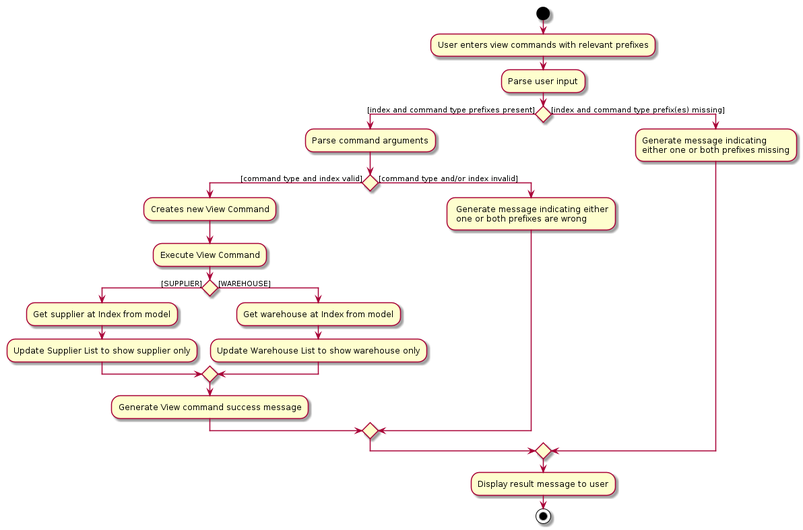
Earlier version of the PlantUML export docs/images/ViewCommandActivity.png (tohyuting/tp). Source of this version:
```plantuml
@startuml
start
:User enters view commands with relevant prefixes;
:Parse user input;


if () then ([index and command type prefixes present])
    :Parse command arguments;
    if () then ([command type and index valid])
        :Creates new View Command;
        :Execute View Command;
        if () then ([SUPPLIER])
            :Get supplier at Index from model;
            :Update Supplier List to show supplier only;
        else ([WAREHOUSE])
            :Get warehouse at Index from model;
            :Update Warehouse List to show warehouse only;
        endif
        :Generate View command success message;

    else ([command type and/or index invalid])
        : Generate message indicating either
         one or both prefixes are wrong;
    endif

else ([index and command type prefix(es) missing])
    :Generate message indicating
    either one or both prefixes missing;
endif
:Display result message to user;
stop
@enduml
```
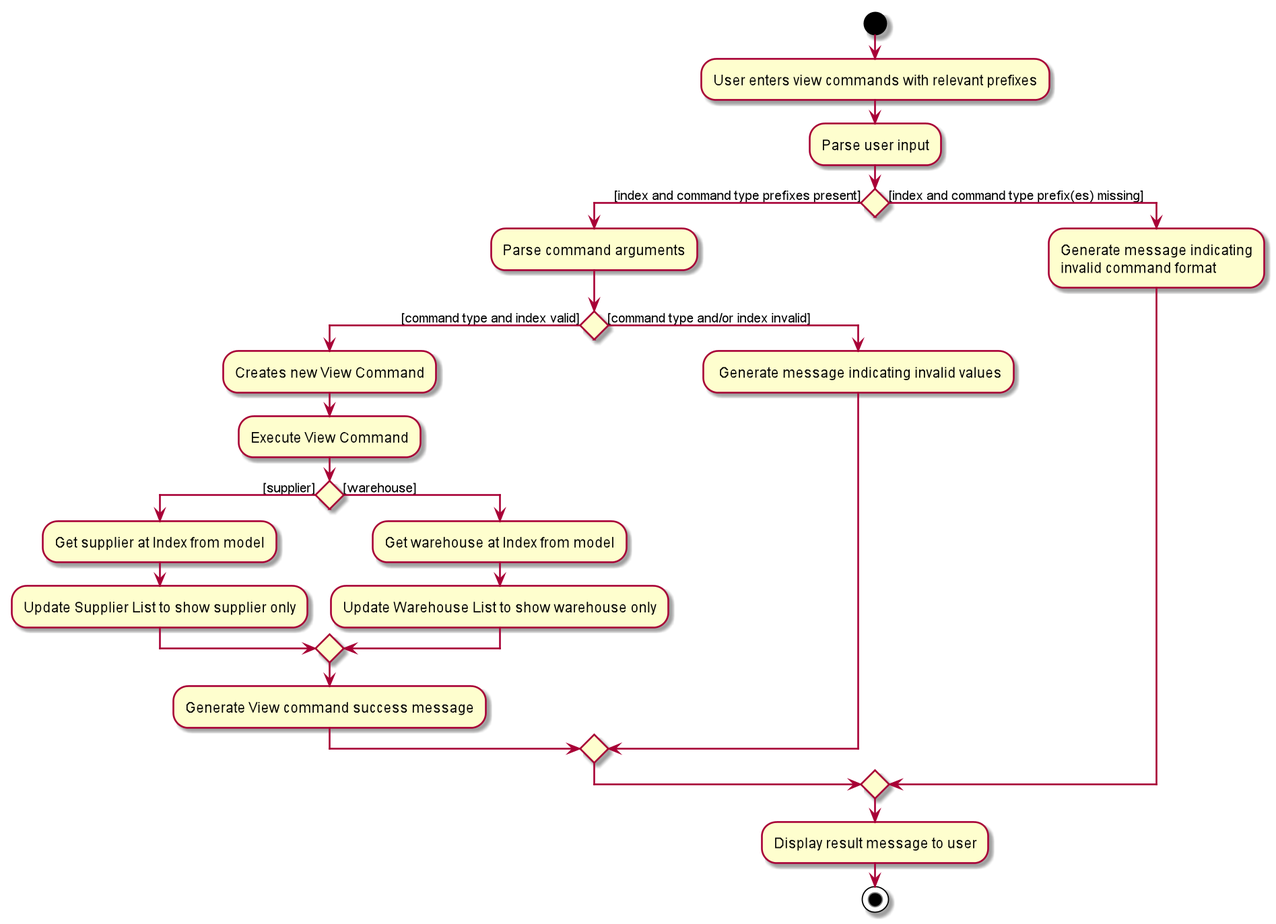
After the change.

Diff of the diagram source:
```diff
@@ -9,23 +9,22 @@
     if () then ([command type and index valid])
         :Creates new View Command;
         :Execute View Command;
-        if () then ([SUPPLIER])
+        if () then ([supplier])
             :Get supplier at Index from model;
             :Update Supplier List to show supplier only;
-        else ([WAREHOUSE])
+        else ([warehouse])
             :Get warehouse at Index from model;
             :Update Warehouse List to show warehouse only;
         endif
         :Generate View command success message;
 
     else ([command type and/or index invalid])
-        : Generate message indicating either
-         one or both prefixes are wrong;
+        : Generate message indicating invalid values;
     endif
 
 else ([index and command type prefix(es) missing])
     :Generate message indicating
-    either one or both prefixes missing;
+    invalid command format;
 endif
 :Display result message to user;
 stop
```
